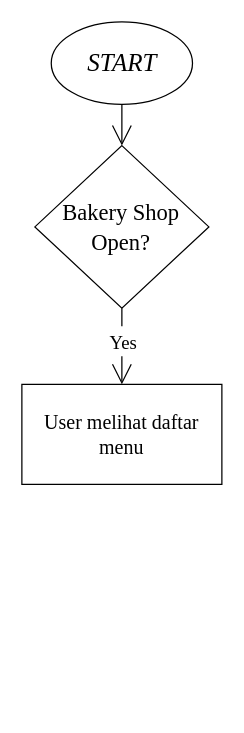
Earlier version of the draw.io diagram flowchart.drawio (cherylazalia/Cheryl_Azalia-BakeryShop). Source tidied: cells renumbered, new cells numbered last; positions are measured from the earlier drawing's top-left corner, leaving out a move shared by most shapes. Both pictures are drawn from the tidied source at 125%, with x=0, y=0 at pixel (21, 21).
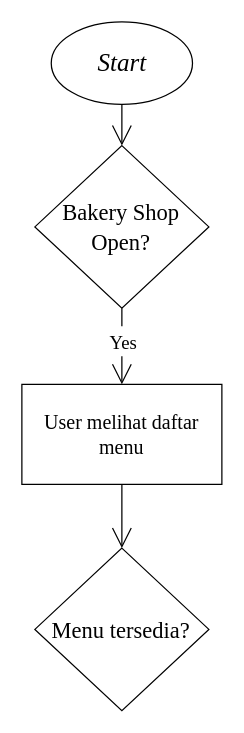
The same diagram, later.

Commit message:
Inisialisasi Ketersediaan Menu

What changed in the source:
```diff
@@
 <mxGraphModel>
   <root>
     <mxCell id="0" />
     <mxCell id="1" parent="0" />
     <mxCell id="2" style="edgeStyle=none;shape=connector;curved=1;rounded=0;sketch=0;hachureGap=4;html=1;labelBackgroundColor=default;fontFamily=Times New Roman;fontSize=16;fontColor=default;endArrow=open;startSize=14;endSize=14;sourcePerimeterSpacing=8;targetPerimeterSpacing=8;strokeColor=default;exitX=0.5;exitY=1;exitDx=0;exitDy=0;entryX=0.5;entryY=0;entryDx=0;entryDy=0;" parent="1" edge="1" source="4" target="7">
       <mxGeometry relative="1" as="geometry" />
     </mxCell>
     <mxCell id="3" value="&lt;font face=&quot;Times New Roman&quot; style=&quot;font-size: 15px&quot;&gt;Yes&lt;/font&gt;" style="edgeLabel;html=1;align=center;verticalAlign=middle;fontSize=20;fontFamily=Architects Daughter;fontColor=default;" parent="2" vertex="1">
       <mxGeometry x="-0.55" relative="1" as="geometry">
         <mxPoint y="11" as="offset" />
       </mxGeometry>
     </mxCell>
     <mxCell id="4" value="&lt;font face=&quot;Times New Roman&quot; style=&quot;font-size: 18px&quot;&gt;Bakery Shop Open?&lt;/font&gt;" style="rhombus;whiteSpace=wrap;html=1;sketch=0;hachureGap=4;fontFamily=Architects Daughter;fontSize=20;" parent="1" vertex="1">
       <mxGeometry x="10.4" y="99" width="139.2" height="130" as="geometry" />
     </mxCell>
     <mxCell id="5" style="edgeStyle=none;curved=1;rounded=0;sketch=0;hachureGap=4;jettySize=auto;html=1;fontFamily=Times New Roman;fontSize=16;endArrow=open;startSize=14;endSize=14;sourcePerimeterSpacing=8;targetPerimeterSpacing=8;exitX=0.5;exitY=1;exitDx=0;exitDy=0;entryX=0.5;entryY=0;entryDx=0;entryDy=0;" parent="1" edge="1" source="6" target="4">
       <mxGeometry relative="1" as="geometry" />
     </mxCell>
-    <mxCell id="6" value="&lt;font face=&quot;Times New Roman&quot;&gt;&lt;i&gt;START&lt;/i&gt;&lt;/font&gt;" style="ellipse;whiteSpace=wrap;html=1;sketch=0;hachureGap=4;fontFamily=Architects Daughter;fontSize=20;" parent="1" vertex="1">
+    <mxCell id="6" value="&lt;font face=&quot;Times New Roman&quot;&gt;&lt;i&gt;Start&lt;/i&gt;&lt;/font&gt;" style="ellipse;whiteSpace=wrap;html=1;sketch=0;hachureGap=4;fontFamily=Architects Daughter;fontSize=20;" parent="1" vertex="1">
       <mxGeometry x="23.5" width="113" height="66" as="geometry" />
     </mxCell>
+    <mxCell id="8" style="edgeStyle=none;shape=connector;curved=1;rounded=0;sketch=0;hachureGap=4;html=1;labelBackgroundColor=default;fontFamily=Times New Roman;fontSize=18;fontColor=default;endArrow=open;startSize=14;endSize=14;sourcePerimeterSpacing=8;targetPerimeterSpacing=8;strokeColor=default;exitX=0.5;exitY=1;exitDx=0;exitDy=0;entryX=0.5;entryY=0;entryDx=0;entryDy=0;" parent="1" edge="1" source="7" target="9">
+      <mxGeometry relative="1" as="geometry" />
+    </mxCell>
     <mxCell id="7" value="User melihat daftar menu" style="rounded=0;whiteSpace=wrap;html=1;sketch=0;hachureGap=4;fontFamily=Times New Roman;fontSize=16;fontColor=default;" parent="1" vertex="1">
       <mxGeometry y="290" width="160" height="80" as="geometry" />
     </mxCell>
+    <mxCell id="9" value="&lt;font face=&quot;Times New Roman&quot; style=&quot;font-size: 18px&quot;&gt;Menu tersedia?&lt;/font&gt;" style="rhombus;whiteSpace=wrap;html=1;sketch=0;hachureGap=4;fontFamily=Architects Daughter;fontSize=20;" parent="1" vertex="1">
+      <mxGeometry x="10.4" y="421" width="139.2" height="130" as="geometry" />
+    </mxCell>
   </root>
 </mxGraphModel>
```
